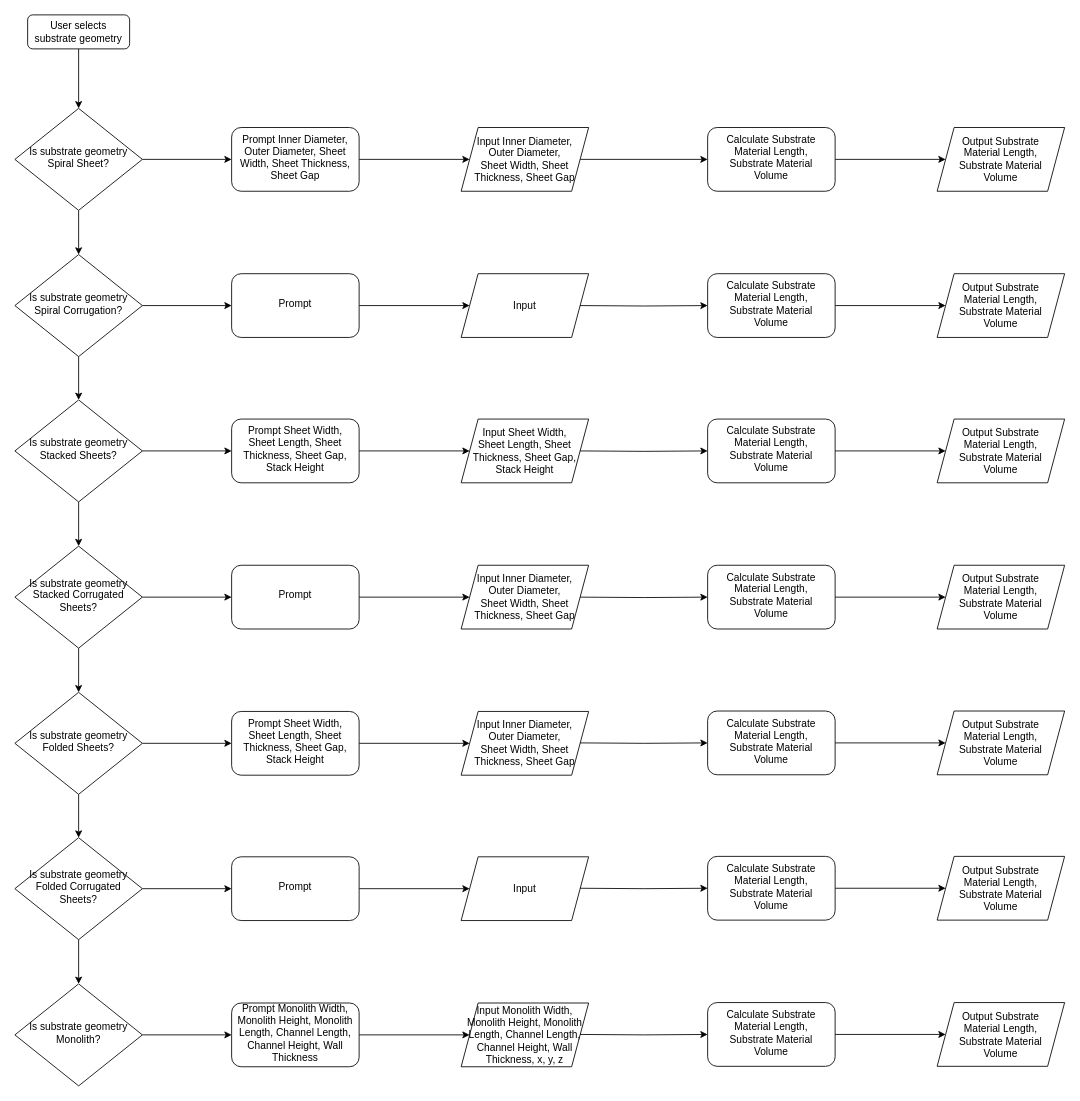
Before: page "Page-1" (1 of 2) of DAC Documentation.drawio in actoppo-github/DACX, a draw.io diagram. Source tidied: cells renumbered, new cells numbered last; positions are measured from the earlier drawing's top-left corner, leaving out a move shared by most shapes. Both pictures are drawn from the tidied source at 85%, with x=0, y=0 at pixel (14, 14).
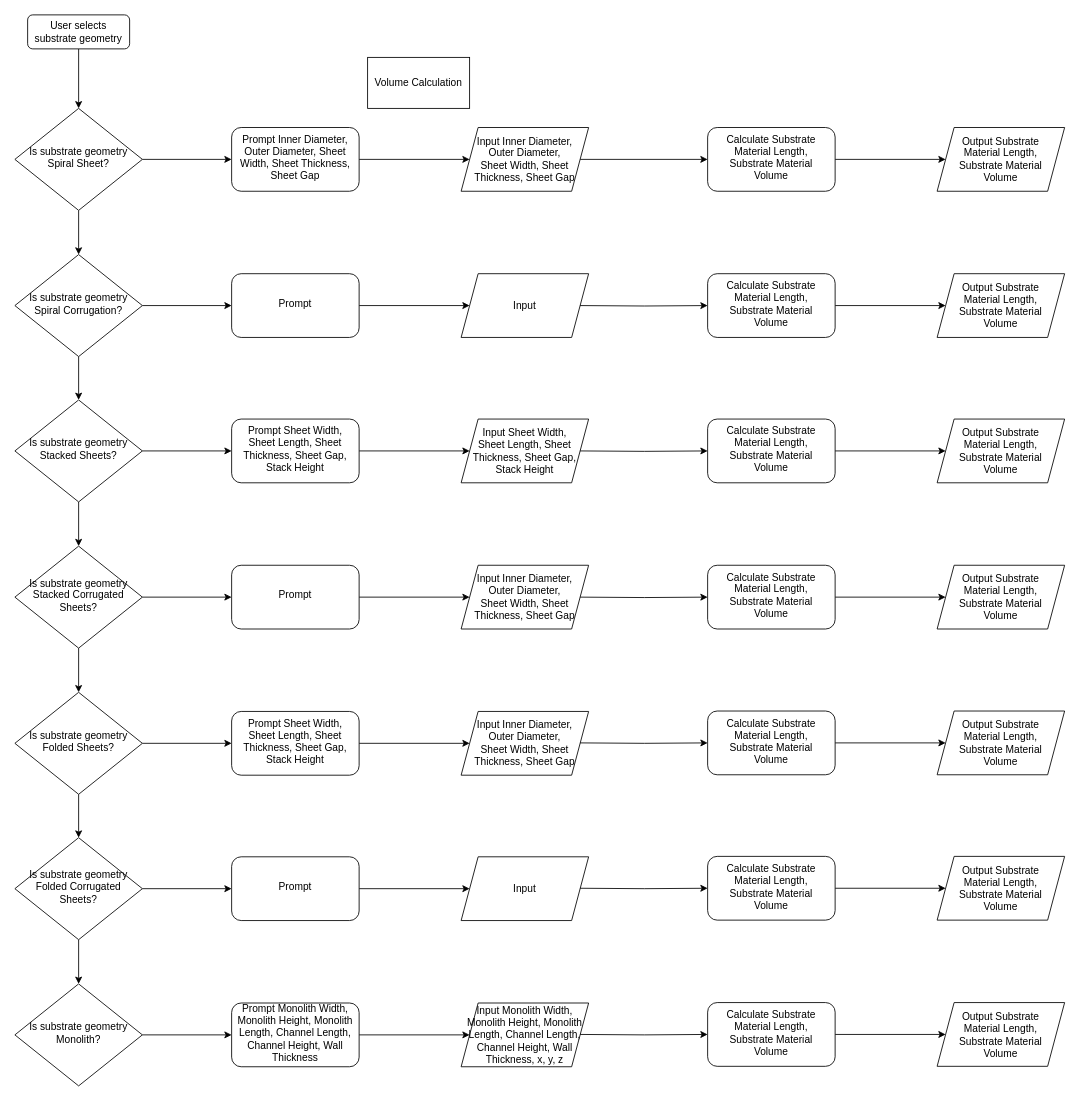
Above is the later version.

What changed in the source:
```diff
@@
+    <mxCell id="73" value="Volume Calculation" style="rounded=0;whiteSpace=wrap;html=1;" parent="1" vertex="1">
+      <mxGeometry x="415" y="50" width="120" height="60" as="geometry" />
+    </mxCell>
```
